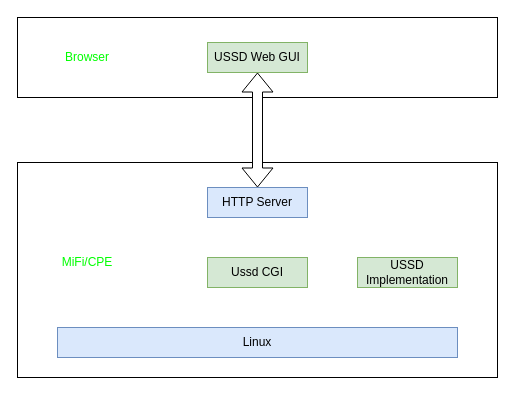
Earlier version of the draw.io diagram ussd_framework.drawio (makerbob/doc). Source tidied: cells renumbered, new cells numbered last; positions are measured from the earlier drawing's top-left corner, leaving out a move shared by most shapes. Both pictures are drawn from the tidied source at 100%, with x=0, y=0 at pixel (17, 17).
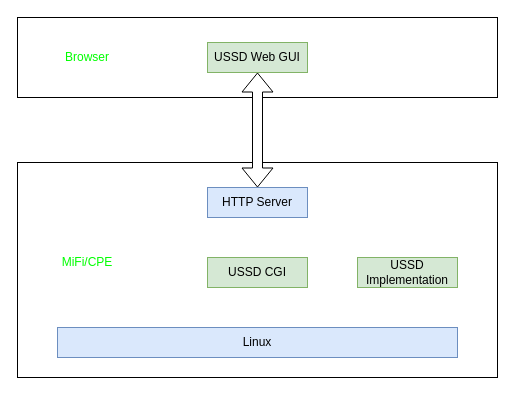
The same page after the edit.

Change to the diagram source:
```diff
@@
 <mxGraphModel>
   <root>
     <mxCell id="0" />
     <mxCell id="1" parent="0" />
     <mxCell id="2" style="rounded=0;whiteSpace=wrap;html=1;" parent="1" vertex="1">
       <mxGeometry y="145" width="480" height="215" as="geometry" />
     </mxCell>
     <mxCell id="3" value="HTTP Server" style="rounded=0;whiteSpace=wrap;html=1;fillColor=#dae8fc;strokeColor=#6c8ebf;" parent="1" vertex="1">
       <mxGeometry x="190" y="170" width="100" height="30" as="geometry" />
     </mxCell>
-    <mxCell id="4" value="Ussd CGI" style="rounded=0;whiteSpace=wrap;html=1;fillColor=#d5e8d4;strokeColor=#82b366;" parent="1" vertex="1">
+    <mxCell id="4" value="USSD CGI" style="rounded=0;whiteSpace=wrap;html=1;fillColor=#d5e8d4;strokeColor=#82b366;" parent="1" vertex="1">
       <mxGeometry x="190" y="240" width="100" height="30" as="geometry" />
     </mxCell>
     <mxCell id="5" value="USSD Implementation" style="rounded=0;whiteSpace=wrap;html=1;fillColor=#d5e8d4;strokeColor=#82b366;" parent="1" vertex="1">
       <mxGeometry x="340" y="240" width="100" height="30" as="geometry" />
     </mxCell>
     <mxCell id="6" value="Linux" style="rounded=0;whiteSpace=wrap;html=1;fillColor=#dae8fc;strokeColor=#6c8ebf;" parent="1" vertex="1">
       <mxGeometry x="40" y="310" width="400" height="30" as="geometry" />
     </mxCell>
     <mxCell id="7" style="rounded=0;whiteSpace=wrap;html=1;fillColor=#FFFFFF;strokeColor=#000000;" parent="1" vertex="1">
       <mxGeometry width="480" height="80" as="geometry" />
     </mxCell>
     <mxCell id="8" value="MiFi/CPE" style="text;html=1;strokeColor=none;fillColor=default;align=center;verticalAlign=middle;whiteSpace=wrap;rounded=0;fontColor=#00FF00;" parent="1" vertex="1">
       <mxGeometry x="40" y="230" width="60" height="30" as="geometry" />
     </mxCell>
     <mxCell id="9" value="Browser" style="text;html=1;align=center;verticalAlign=middle;whiteSpace=wrap;rounded=0;fontColor=#00FF00;" parent="1" vertex="1">
       <mxGeometry x="40" y="25" width="60" height="30" as="geometry" />
     </mxCell>
     <mxCell id="10" style="shape=flexArrow;endArrow=classic;startArrow=classic;html=1;rounded=0;exitX=0.5;exitY=0;exitDx=0;exitDy=0;fillColor=default;entryX=0.5;entryY=1;entryDx=0;entryDy=0;" parent="1" edge="1" source="3" target="11">
       <mxGeometry relative="1" as="geometry" />
     </mxCell>
     <mxCell id="11" value="USSD Web GUI" style="rounded=0;whiteSpace=wrap;html=1;fillColor=#d5e8d4;strokeColor=#82b366;" parent="1" vertex="1">
       <mxGeometry x="190" y="25" width="100" height="30" as="geometry" />
     </mxCell>
   </root>
 </mxGraphModel>
```
